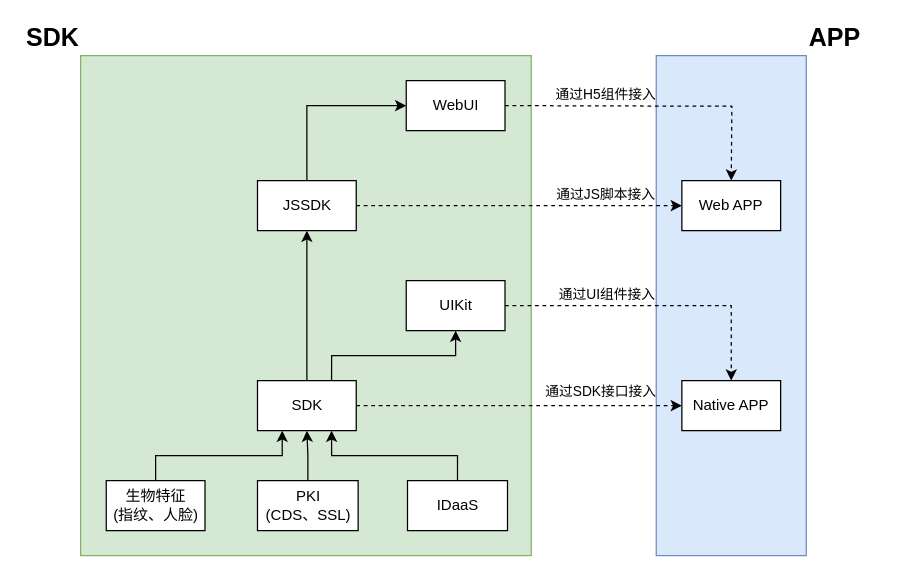
The draw.io diagram 认证SDK结构图.drawio in mobof/Koal, before the edit. Source tidied: cells renumbered, new cells numbered last; positions are measured from the earlier drawing's top-left corner, leaving out a move shared by most shapes. Both pictures are drawn from the tidied source at 125%, with x=0, y=0 at pixel (80, 55).
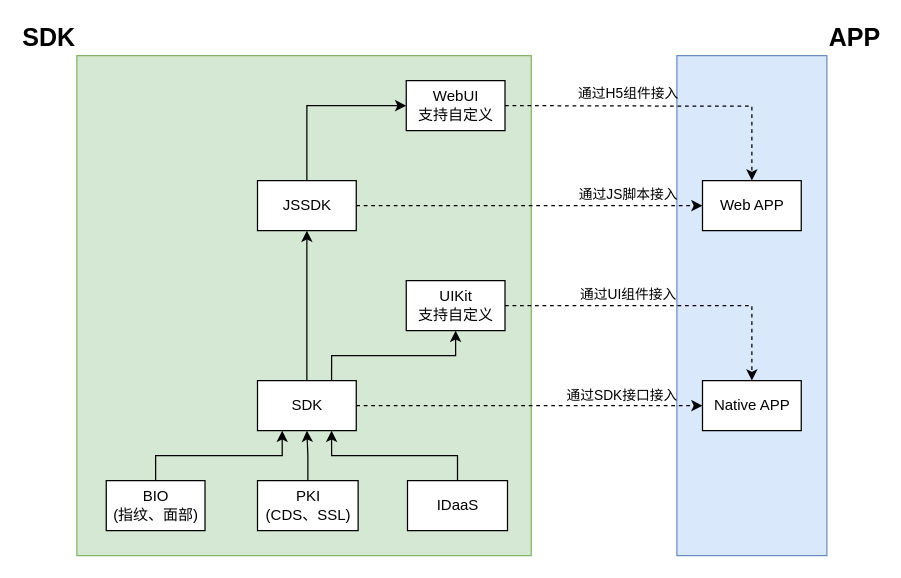
The same page after the edit.

Commit message:
Update 认证SDK结构图.drawio

Unchanged cells that the change refers to:
```xml
<mxCell id="12" style="edgeStyle=orthogonalEdgeStyle;rounded=0;jettySize=auto;html=1;entryX=0;entryY=0.5;entryDx=0;entryDy=0;dashed=1;" parent="1" edge="1" source="14" target="24">
  <mxGeometry relative="1" as="geometry" />
</mxCell>
<mxCell id="16" style="edgeStyle=orthogonalEdgeStyle;rounded=0;jettySize=auto;html=1;dashed=1;" parent="1" edge="1" source="18" target="25">
  <mxGeometry relative="1" as="geometry" />
</mxCell>
<mxCell id="19" style="edgeStyle=orthogonalEdgeStyle;rounded=0;jettySize=auto;html=1;entryX=0.5;entryY=0;entryDx=0;entryDy=0;dashed=1;" parent="1" edge="1" source="21" target="24">
  <mxGeometry relative="1" as="geometry" />
</mxCell>
```

The edit, as a diff of the source:
```diff
@@
     <mxCell id="2" value="&lt;b&gt;&lt;font style=&quot;font-size: 20px&quot;&gt;SDK&lt;/font&gt;&lt;/b&gt;" style="rounded=0;whiteSpace=wrap;html=1;fillColor=#d5e8d4;strokeColor=#82b366;labelPosition=left;verticalLabelPosition=top;align=right;verticalAlign=bottom;" parent="1" vertex="1">
-      <mxGeometry width="360.5" height="400" as="geometry" />
+      <mxGeometry x="-3" width="363.5" height="400" as="geometry" />
     </mxCell>
     <mxCell id="3" value="&lt;font style=&quot;font-size: 20px&quot;&gt;&lt;b&gt;APP&lt;/b&gt;&lt;/font&gt;" style="rounded=0;whiteSpace=wrap;html=1;fillColor=#dae8fc;strokeColor=#6c8ebf;labelPosition=right;verticalLabelPosition=top;align=left;verticalAlign=bottom;" parent="1" vertex="1">
-      <mxGeometry x="460.5" width="120" height="400" as="geometry" />
+      <mxGeometry x="477" width="120" height="400" as="geometry" />
     </mxCell>
@@
-    <mxCell id="7" value="生物特征&lt;br&gt;(指纹、人脸)" style="rounded=0;whiteSpace=wrap;html=1;" parent="1" vertex="1">
+    <mxCell id="7" value="BIO&lt;br&gt;(指纹、面部)" style="rounded=0;whiteSpace=wrap;html=1;" parent="1" vertex="1">
       <mxGeometry x="20.5" y="340" width="79" height="40" as="geometry" />
     </mxCell>
@@
     <mxCell id="13" value="通过SDK接口接入" style="edgeLabel;html=1;align=center;verticalAlign=middle;labelBackgroundColor=none;" parent="12" vertex="1">
       <mxGeometry x="0.44" y="3" relative="1" as="geometry">
-        <mxPoint x="7" y="-9" as="offset" />
+        <mxPoint x="13" y="-6" as="offset" />
       </mxGeometry>
     </mxCell>
@@
     <mxCell id="17" value="通过JS脚本接入" style="edgeLabel;html=1;align=center;verticalAlign=middle;labelBackgroundColor=none;" parent="16" vertex="1">
       <mxGeometry x="0.42" relative="1" as="geometry">
-        <mxPoint x="14" y="-10" as="offset" />
+        <mxPoint x="20" y="-10" as="offset" />
       </mxGeometry>
     </mxCell>
@@
     <mxCell id="20" value="通过UI组件接入" style="edgeLabel;html=1;align=center;verticalAlign=middle;labelBackgroundColor=none;" parent="19" vertex="1">
       <mxGeometry x="-0.47" y="4" relative="1" as="geometry">
-        <mxPoint x="17" y="-6" as="offset" />
+        <mxPoint x="30" y="-6" as="offset" />
       </mxGeometry>
     </mxCell>
-    <mxCell id="21" value="UIKit" style="rounded=0;whiteSpace=wrap;html=1;" parent="1" vertex="1">
+    <mxCell id="21" value="UIKit&lt;br&gt;支持自定义" style="rounded=0;whiteSpace=wrap;html=1;" parent="1" vertex="1">
       <mxGeometry x="260.5" y="180" width="79" height="40" as="geometry" />
     </mxCell>
-    <mxCell id="22" value="通过H5组件接入" style="edgeStyle=orthogonalEdgeStyle;rounded=0;orthogonalLoop=1;jettySize=auto;html=1;dashed=1;labelBackgroundColor=none;" parent="1" edge="1">
-      <mxGeometry x="-0.34" y="9" relative="1" as="geometry">
+    <mxCell id="22" value="通过H5组件接入" style="edgeStyle=orthogonalEdgeStyle;rounded=0;jettySize=auto;html=1;dashed=1;labelBackgroundColor=none;entryX=0.5;entryY=0;entryDx=0;entryDy=0;" parent="1" edge="1" target="25">
+      <mxGeometry x="-0.24" y="10" relative="1" as="geometry">
         <mxPoint x="339.5" y="40" as="sourcePoint" />
-        <mxPoint x="520.5" y="100" as="targetPoint" />
       </mxGeometry>
     </mxCell>
-    <mxCell id="23" value="WebUI" style="rounded=0;whiteSpace=wrap;html=1;" parent="1" vertex="1">
+    <mxCell id="23" value="WebUI&lt;br&gt;支持自定义" style="rounded=0;whiteSpace=wrap;html=1;" parent="1" vertex="1">
       <mxGeometry x="260.5" y="20" width="79" height="40" as="geometry" />
     </mxCell>
     <mxCell id="24" value="Native APP" style="rounded=0;whiteSpace=wrap;html=1;" parent="1" vertex="1">
-      <mxGeometry x="481" y="260" width="79" height="40" as="geometry" />
+      <mxGeometry x="497.5" y="260" width="79" height="40" as="geometry" />
     </mxCell>
     <mxCell id="25" value="Web APP" style="rounded=0;whiteSpace=wrap;html=1;" parent="1" vertex="1">
-      <mxGeometry x="481" y="100" width="79" height="40" as="geometry" />
+      <mxGeometry x="497.5" y="100" width="79" height="40" as="geometry" />
     </mxCell>
```
